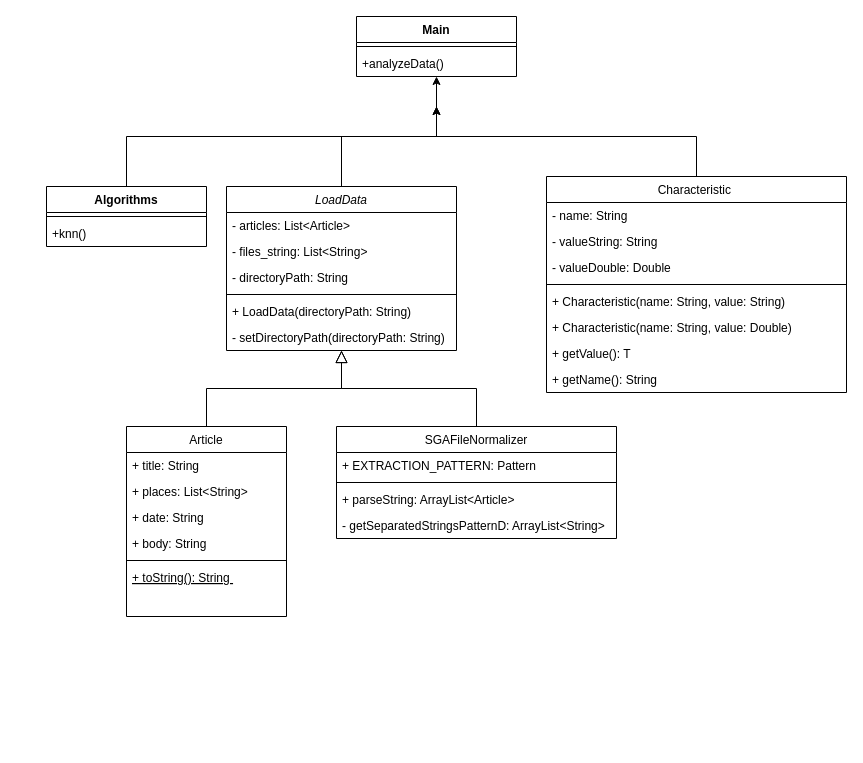
The draw.io diagram doc/diagram_uml.drawio in informatyka-stosowana-semestr-6/komputerowe_systemy_rozpoznawania, before the edit. Source tidied: cells renumbered, new cells numbered last; positions are measured from the earlier drawing's top-left corner, leaving out a move shared by most shapes. Both pictures are drawn from the tidied source at 100%, with x=0, y=0 at pixel (46, 16).
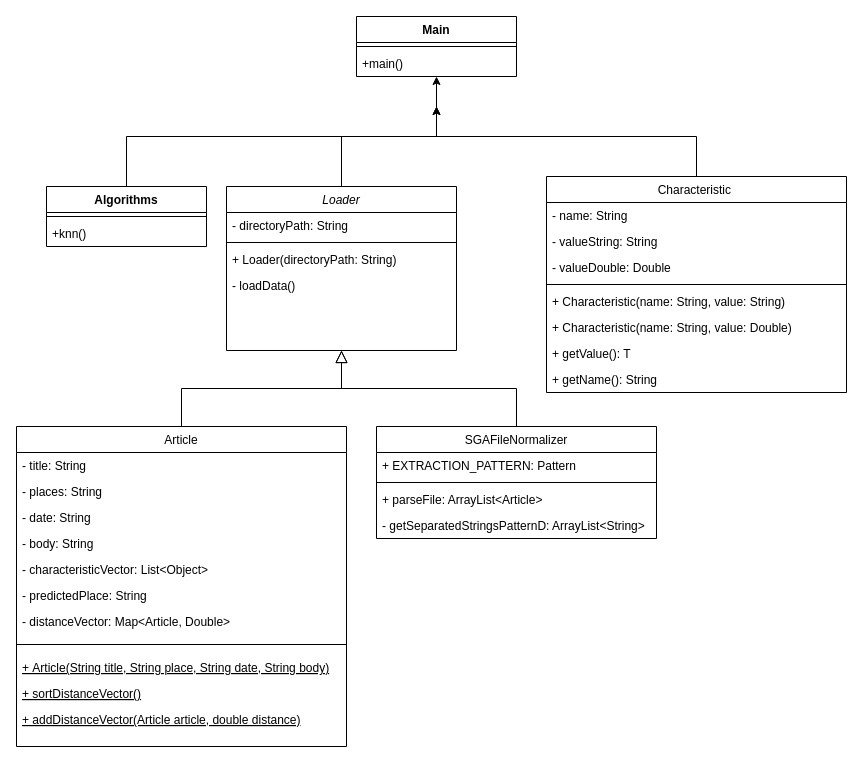
The same diagram, later.

The change refers to these unchanged cells:
```xml
<mxCell id="38" value="Main" style="swimlane;fontStyle=1;align=center;verticalAlign=top;horizontal=1;startSize=26;" parent="1" vertex="1">
  <mxGeometry x="310" width="160" height="60" as="geometry" />
</mxCell>
```

Diff of the diagram source:
```diff
@@
-    <mxCell id="3" value="LoadData" style="swimlane;fontStyle=2;align=center;verticalAlign=top;horizontal=1;startSize=26;rounded=0;shadow=0;strokeWidth=1;" parent="1" vertex="1">
+    <mxCell id="3" value="Loader" style="swimlane;fontStyle=2;align=center;verticalAlign=top;horizontal=1;startSize=26;rounded=0;shadow=0;strokeWidth=1;" parent="1" vertex="1">
       <mxGeometry x="180" y="170" width="230" height="164" as="geometry" />
     </mxCell>
-    <mxCell id="4" value="- articles: List&lt;Article&gt;" style="text;align=left;verticalAlign=top;spacingLeft=4;spacingRight=4;overflow=hidden;" parent="3" vertex="1">
-      <mxGeometry y="26" width="230" height="26" as="geometry" />
-    </mxCell>
-    <mxCell id="5" value="- files_string: List&lt;String&gt;" style="text;align=left;verticalAlign=top;spacingLeft=4;spacingRight=4;overflow=hidden;rounded=0;shadow=0;html=0;" parent="3" vertex="1">
-      <mxGeometry y="52" width="230" height="26" as="geometry" />
-    </mxCell>
     <mxCell id="6" value="- directoryPath: String" style="text;align=left;verticalAlign=top;spacingLeft=4;spacingRight=4;overflow=hidden;rounded=0;shadow=0;html=0;" parent="3" vertex="1">
-      <mxGeometry y="78" width="230" height="26" as="geometry" />
+      <mxGeometry y="26" width="230" height="26" as="geometry" />
     </mxCell>
     <mxCell id="7" style="line;html=1;strokeWidth=1;align=left;verticalAlign=middle;spacingTop=-1;spacingLeft=3;spacingRight=3;labelPosition=right;" parent="3" vertex="1">
-      <mxGeometry y="104" width="230" height="8" as="geometry" />
+      <mxGeometry y="52" width="230" height="8" as="geometry" />
     </mxCell>
-    <mxCell id="8" value="+ LoadData(directoryPath: String)" style="text;align=left;verticalAlign=top;spacingLeft=4;spacingRight=4;overflow=hidden;" parent="3" vertex="1">
-      <mxGeometry y="112" width="230" height="26" as="geometry" />
+    <mxCell id="8" value="+ Loader(directoryPath: String)" style="text;align=left;verticalAlign=top;spacingLeft=4;spacingRight=4;overflow=hidden;" parent="3" vertex="1">
+      <mxGeometry y="60" width="230" height="26" as="geometry" />
     </mxCell>
-    <mxCell id="9" value="- setDirectoryPath(directoryPath: String)" style="text;align=left;verticalAlign=top;spacingLeft=4;spacingRight=4;overflow=hidden;" parent="3" vertex="1">
-      <mxGeometry y="138" width="230" height="26" as="geometry" />
+    <mxCell id="9" value="- loadData()" style="text;align=left;verticalAlign=top;spacingLeft=4;spacingRight=4;overflow=hidden;" parent="3" vertex="1">
+      <mxGeometry y="86" width="230" height="26" as="geometry" />
     </mxCell>
     <mxCell id="10" value="Article" style="swimlane;fontStyle=0;align=center;verticalAlign=top;horizontal=1;startSize=26;rounded=0;shadow=0;strokeWidth=1;" parent="1" vertex="1">
-      <mxGeometry x="80" y="410" width="160" height="190" as="geometry" />
+      <mxGeometry x="-30" y="410" width="330" height="320" as="geometry" />
     </mxCell>
-    <mxCell id="11" value="+ title: String" style="text;align=left;verticalAlign=top;spacingLeft=4;spacingRight=4;overflow=hidden;" parent="10" vertex="1">
-      <mxGeometry y="26" width="160" height="26" as="geometry" />
+    <mxCell id="11" value="- title: String" style="text;align=left;verticalAlign=top;spacingLeft=4;spacingRight=4;overflow=hidden;" parent="10" vertex="1">
+      <mxGeometry y="26" width="330" height="26" as="geometry" />
     </mxCell>
-    <mxCell id="12" value="+ places: List&lt;String&gt;" style="text;align=left;verticalAlign=top;spacingLeft=4;spacingRight=4;overflow=hidden;rounded=0;shadow=0;html=0;" parent="10" vertex="1">
-      <mxGeometry y="52" width="160" height="26" as="geometry" />
+    <mxCell id="12" value="- places: String" style="text;align=left;verticalAlign=top;spacingLeft=4;spacingRight=4;overflow=hidden;rounded=0;shadow=0;html=0;" parent="10" vertex="1">
+      <mxGeometry y="52" width="330" height="26" as="geometry" />
     </mxCell>
-    <mxCell id="13" value="+ date: String" style="text;align=left;verticalAlign=top;spacingLeft=4;spacingRight=4;overflow=hidden;rounded=0;shadow=0;html=0;" parent="10" vertex="1">
-      <mxGeometry y="78" width="160" height="26" as="geometry" />
+    <mxCell id="13" value="- date: String" style="text;align=left;verticalAlign=top;spacingLeft=4;spacingRight=4;overflow=hidden;rounded=0;shadow=0;html=0;" parent="10" vertex="1">
+      <mxGeometry y="78" width="330" height="26" as="geometry" />
     </mxCell>
-    <mxCell id="14" value="+ body: String" style="text;align=left;verticalAlign=top;spacingLeft=4;spacingRight=4;overflow=hidden;rounded=0;shadow=0;html=0;" parent="10" vertex="1">
-      <mxGeometry y="104" width="160" height="26" as="geometry" />
+    <mxCell id="14" value="- body: String&#10;" style="text;align=left;verticalAlign=top;spacingLeft=4;spacingRight=4;overflow=hidden;rounded=0;shadow=0;html=0;" parent="10" vertex="1">
+      <mxGeometry y="104" width="330" height="26" as="geometry" />
     </mxCell>
+    <mxCell id="41" value="- characteristicVector: List&lt;Object&gt;&#10;" style="text;align=left;verticalAlign=top;spacingLeft=4;spacingRight=4;overflow=hidden;rounded=0;shadow=0;html=0;" parent="10" vertex="1">
+      <mxGeometry y="130" width="330" height="26" as="geometry" />
+    </mxCell>
+    <mxCell id="42" value="- predictedPlace: String&#10;" style="text;align=left;verticalAlign=top;spacingLeft=4;spacingRight=4;overflow=hidden;rounded=0;shadow=0;html=0;" parent="10" vertex="1">
+      <mxGeometry y="156" width="330" height="26" as="geometry" />
+    </mxCell>
+    <mxCell id="43" value="- distanceVector: Map&lt;Article, Double&gt;&#10;" style="text;align=left;verticalAlign=top;spacingLeft=4;spacingRight=4;overflow=hidden;rounded=0;shadow=0;html=0;" parent="10" vertex="1">
+      <mxGeometry y="182" width="330" height="26" as="geometry" />
+    </mxCell>
     <mxCell id="15" style="line;html=1;strokeWidth=1;align=left;verticalAlign=middle;spacingTop=-1;spacingLeft=3;spacingRight=3;labelPosition=right;" parent="10" vertex="1">
-      <mxGeometry y="130" width="160" height="8" as="geometry" />
+      <mxGeometry y="208" width="330" height="20" as="geometry" />
     </mxCell>
-    <mxCell id="16" value="+ toString(): String " style="text;align=left;verticalAlign=top;spacingLeft=4;spacingRight=4;overflow=hidden;fontStyle=4;" parent="10" vertex="1">
-      <mxGeometry y="138" width="160" height="26" as="geometry" />
+    <mxCell id="16" value="+ Article(String title, String place, String date, String body)" style="text;align=left;verticalAlign=top;spacingLeft=4;spacingRight=4;overflow=hidden;fontStyle=4;" parent="10" vertex="1">
+      <mxGeometry y="228" width="330" height="26" as="geometry" />
     </mxCell>
+    <mxCell id="44" value="+ sortDistanceVector()" style="text;align=left;verticalAlign=top;spacingLeft=4;spacingRight=4;overflow=hidden;fontStyle=4;" parent="10" vertex="1">
+      <mxGeometry y="254" width="330" height="26" as="geometry" />
+    </mxCell>
+    <mxCell id="45" value="+ addDistanceVector(Article article, double distance)" style="text;align=left;verticalAlign=top;spacingLeft=4;spacingRight=4;overflow=hidden;fontStyle=4;" parent="10" vertex="1">
+      <mxGeometry y="280" width="330" height="26" as="geometry" />
+    </mxCell>
@@
     <mxCell id="18" value="SGAFileNormalizer" style="swimlane;fontStyle=0;align=center;verticalAlign=top;horizontal=1;startSize=26;rounded=0;shadow=0;strokeWidth=1;" parent="1" vertex="1">
-      <mxGeometry x="290" y="410" width="280" height="112" as="geometry" />
+      <mxGeometry x="330" y="410" width="280" height="112" as="geometry" />
     </mxCell>
@@
-    <mxCell id="21" value="+ parseString: ArrayList&lt;Article&gt;" style="text;align=left;verticalAlign=top;spacingLeft=4;spacingRight=4;overflow=hidden;" parent="18" vertex="1">
+    <mxCell id="21" value="+ parseFile: ArrayList&lt;Article&gt;" style="text;align=left;verticalAlign=top;spacingLeft=4;spacingRight=4;overflow=hidden;" parent="18" vertex="1">
       <mxGeometry y="60" width="280" height="26" as="geometry" />
     </mxCell>
@@
-    <mxCell id="40" value="+analyzeData()" style="text;strokeColor=none;fillColor=none;align=left;verticalAlign=top;spacingLeft=4;spacingRight=4;overflow=hidden;" parent="38" vertex="1">
+    <mxCell id="40" value="+main()" style="text;strokeColor=none;fillColor=none;align=left;verticalAlign=top;spacingLeft=4;spacingRight=4;overflow=hidden;" parent="38" vertex="1">
       <mxGeometry y="34" width="160" height="26" as="geometry" />
     </mxCell>
```
